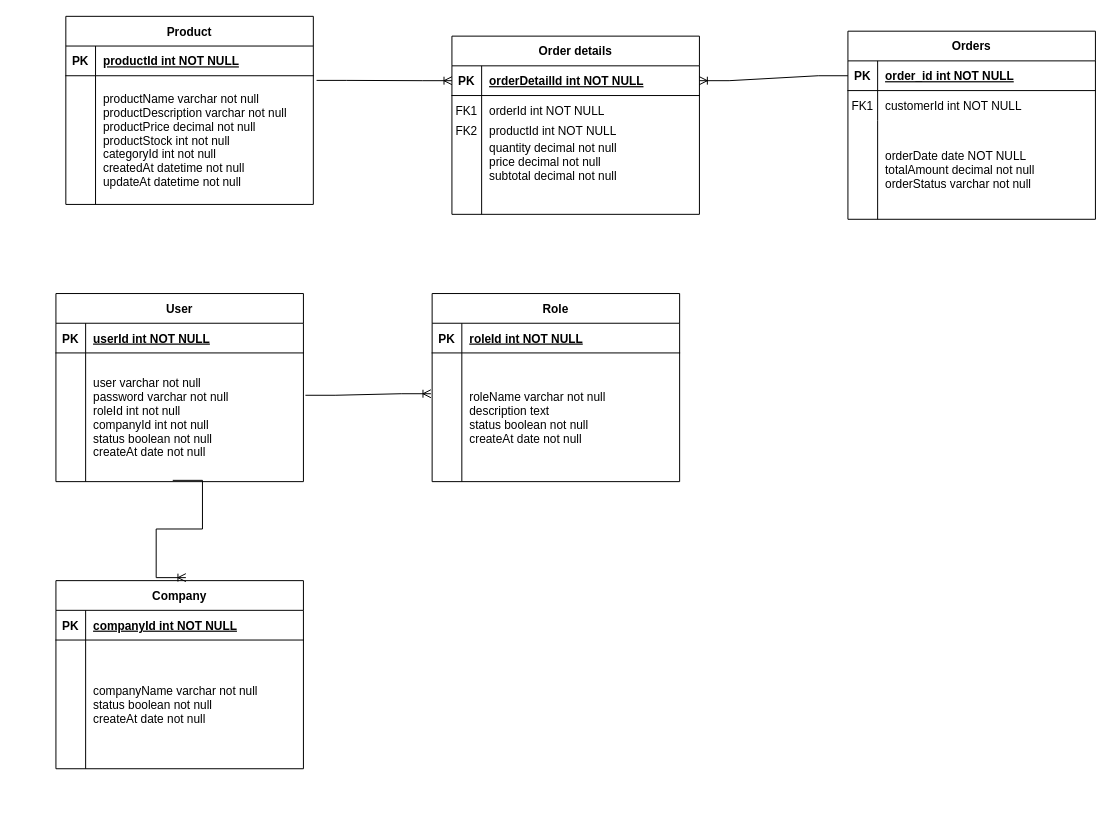
Earlier version of the draw.io diagram DBInventory.drawio (DrDaxter/diagrams). Source tidied: cells renumbered, new cells numbered last; positions are measured from the earlier drawing's top-left corner, leaving out a move shared by most shapes. Both pictures are drawn from the tidied source at 99%, with x=0, y=0 at pixel (55, 16).
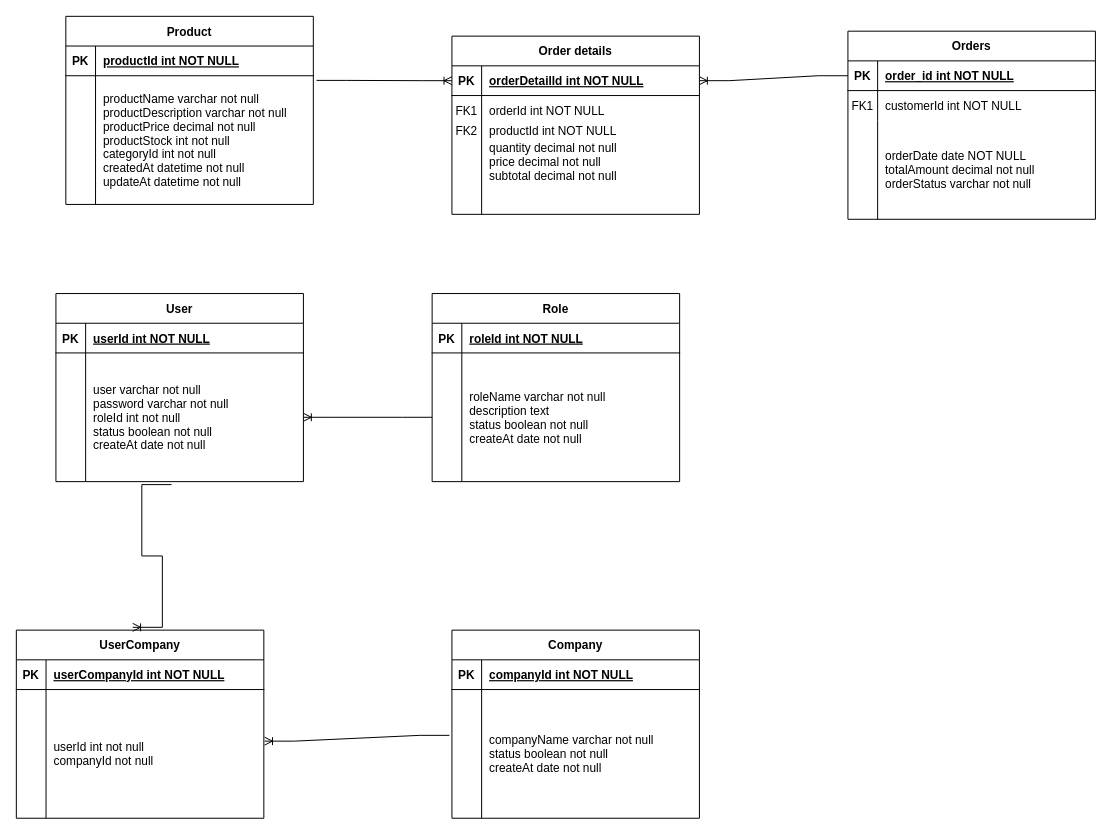
The same page after the edit.

The change refers to these unchanged cells:
```xml
<mxCell id="36" style="shape=partialRectangle;fillColor=none;points=[[0,0.5],[1,0.5]];portConstraint=eastwest;top=0;left=0;right=0;bottom=0;" parent="32" vertex="1">
  <mxGeometry y="60" width="250" height="130" as="geometry" />
</mxCell>
<mxCell id="43" style="shape=partialRectangle;fillColor=none;points=[[0,0.5],[1,0.5]];portConstraint=eastwest;top=0;left=0;right=0;bottom=0;" parent="39" vertex="1">
  <mxGeometry y="60" width="250" height="130" as="geometry" />
</mxCell>
<mxCell id="51" style="shape=partialRectangle;fillColor=none;points=[[0,0.5],[1,0.5]];portConstraint=eastwest;top=0;left=0;right=0;bottom=0;" parent="47" vertex="1">
  <mxGeometry y="60" width="250" height="130" as="geometry" />
</mxCell>
```

Change to the diagram source:
```diff
@@
-    <mxCell id="38" value="user varchar not null&#10;password varchar not null&#10;roleId int not null&#10;companyId int not null&#10;status boolean not null&#10;createAt date not null" style="shape=partialRectangle;overflow=hidden;fillColor=none;top=0;left=0;bottom=0;right=0;align=left;spacingLeft=6;" parent="36" vertex="1">
+    <mxCell id="38" value="user varchar not null&#10;password varchar not null&#10;roleId int not null&#10;status boolean not null&#10;createAt date not null" style="shape=partialRectangle;overflow=hidden;fillColor=none;top=0;left=0;bottom=0;right=0;align=left;spacingLeft=6;" parent="36" vertex="1">
       <mxGeometry x="30" width="220" height="130" as="geometry" />
     </mxCell>
@@
-    <mxCell id="46" style="edgeStyle=entityRelationEdgeStyle;fontSize=12;html=1;endArrow=ERoneToMany;rounded=0;exitX=1.008;exitY=0.329;exitDx=0;exitDy=0;exitPerimeter=0;entryX=-0.005;entryY=0.317;entryDx=0;entryDy=0;entryPerimeter=0;" parent="1" edge="1" source="36" target="43">
-      <mxGeometry relative="1" as="geometry" />
-    </mxCell>
     <mxCell id="47" value="Company" style="shape=table;startSize=30;childLayout=tableLayout;rowLines=0;fontStyle=1;align=center;" parent="1" vertex="1">
-      <mxGeometry y="570" width="250" height="190" as="geometry" />
+      <mxGeometry x="400" y="620" width="250" height="190" as="geometry" />
     </mxCell>
@@
-    <mxCell id="54" style="edgeStyle=entityRelationEdgeStyle;fontSize=12;html=1;endArrow=ERoneToMany;rounded=0;exitX=0.472;exitY=0.99;exitDx=0;exitDy=0;exitPerimeter=0;entryX=0.525;entryY=-0.016;entryDx=0;entryDy=0;entryPerimeter=0;" parent="1" edge="1" source="36" target="47">
-      <mxGeometry relative="1" as="geometry">
-        <Array as="points">
-          <mxPoint x="290" y="525" />
-        </Array>
-      </mxGeometry>
-    </mxCell>
+    <mxCell id="55" style="edgeStyle=entityRelationEdgeStyle;fontSize=12;html=1;endArrow=ERoneToMany;rounded=0;entryX=1;entryY=0.5;entryDx=0;entryDy=0;exitX=0;exitY=0.5;exitDx=0;exitDy=0;" parent="1" edge="1" source="43" target="36">
+      <mxGeometry relative="1" as="geometry" />
+    </mxCell>
+    <mxCell id="56" value="UserCompany" style="shape=table;startSize=30;childLayout=tableLayout;rowLines=0;fontStyle=1;align=center;" parent="1" vertex="1">
+      <mxGeometry x="-40" y="620" width="250" height="190" as="geometry" />
+    </mxCell>
+    <mxCell id="57" style="shape=partialRectangle;fillColor=none;top=0;left=0;right=0;bottom=1;" parent="56" vertex="1">
+      <mxGeometry y="30" width="250" height="30" as="geometry" />
+    </mxCell>
+    <mxCell id="58" value="PK" style="shape=partialRectangle;overflow=hidden;fillColor=none;top=0;left=0;bottom=0;right=0;fontStyle=1;" parent="57" vertex="1">
+      <mxGeometry width="30" height="30" as="geometry" />
+    </mxCell>
+    <mxCell id="59" value="userCompanyId int NOT NULL " style="shape=partialRectangle;overflow=hidden;fillColor=none;top=0;left=0;bottom=0;right=0;align=left;spacingLeft=6;fontStyle=5;" parent="57" vertex="1">
+      <mxGeometry x="30" width="220" height="30" as="geometry" />
+    </mxCell>
+    <mxCell id="60" style="shape=partialRectangle;fillColor=none;points=[[0,0.5],[1,0.5]];portConstraint=eastwest;top=0;left=0;right=0;bottom=0;" parent="56" vertex="1">
+      <mxGeometry y="60" width="250" height="130" as="geometry" />
+    </mxCell>
+    <mxCell id="61" style="shape=partialRectangle;overflow=hidden;fillColor=none;top=0;left=0;bottom=0;right=0;" parent="60" vertex="1">
+      <mxGeometry width="30" height="130" as="geometry" />
+    </mxCell>
+    <mxCell id="62" value="userId int not null&#10;companyId not null" style="shape=partialRectangle;overflow=hidden;fillColor=none;top=0;left=0;bottom=0;right=0;align=left;spacingLeft=6;" parent="60" vertex="1">
+      <mxGeometry x="30" width="220" height="130" as="geometry" />
+    </mxCell>
+    <mxCell id="63" style="edgeStyle=entityRelationEdgeStyle;fontSize=12;html=1;endArrow=ERoneToMany;rounded=0;exitX=0.467;exitY=1.023;exitDx=0;exitDy=0;exitPerimeter=0;entryX=0.47;entryY=-0.015;entryDx=0;entryDy=0;entryPerimeter=0;" parent="1" edge="1" source="36" target="56">
+      <mxGeometry relative="1" as="geometry" />
+    </mxCell>
+    <mxCell id="64" style="edgeStyle=entityRelationEdgeStyle;fontSize=12;html=1;endArrow=ERoneToMany;rounded=0;exitX=-0.01;exitY=0.356;exitDx=0;exitDy=0;exitPerimeter=0;entryX=1.003;entryY=0.401;entryDx=0;entryDy=0;entryPerimeter=0;" parent="1" edge="1" source="51" target="60">
+      <mxGeometry relative="1" as="geometry" />
+    </mxCell>
```
